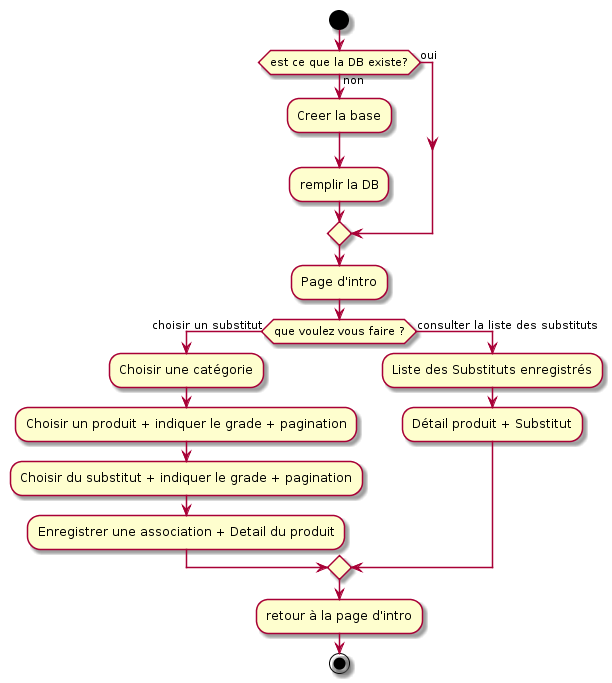
The PlantUML diagram doc/img/03_activity.png in Zepmanbc/oc_dapython_pr5, before a commit. The source it was exported from:
```plantuml
@startuml 03_activity

start
if (est ce que la DB existe?) then(non)
    :Creer la base;
    :remplir la DB;
else (oui)
endif
:Page d'intro;
if (que voulez vous faire ?) then (choisir un substitut)
    :Choisir une catégorie;
    :Choisir un produit + indiquer le grade + pagination;
    :Choisir du substitut + indiquer le grade + pagination;
    :Enregistrer une association + Detail du produit;
else (consulter la liste des substituts)
    :Liste des Substituts enregistrés;
    :Détail produit + Substitut;
endif
:retour à la page d'intro;
stop

@enduml
```
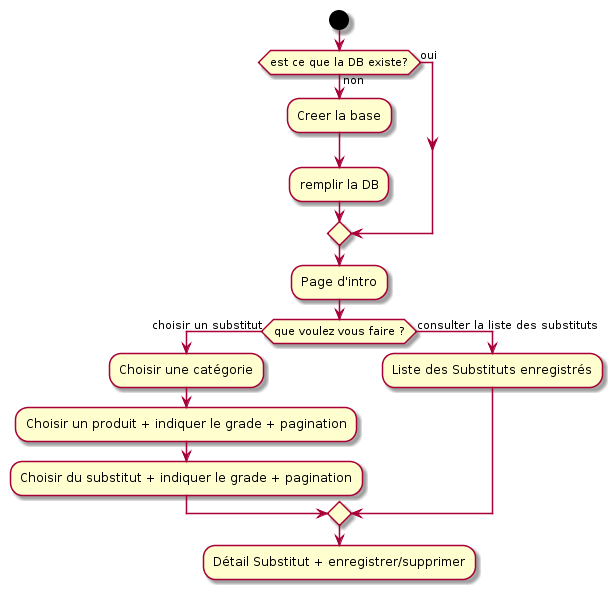
After the commit.

Commit message:
update activity and class diagram

Change to the diagram source:
```diff
@@ -11,12 +11,9 @@
     :Choisir une catégorie;
     :Choisir un produit + indiquer le grade + pagination;
     :Choisir du substitut + indiquer le grade + pagination;
-    :Enregistrer une association + Detail du produit;
 else (consulter la liste des substituts)
     :Liste des Substituts enregistrés;
-    :Détail produit + Substitut;
 endif
-:retour à la page d'intro;
-stop
+:Détail Substitut + enregistrer/supprimer;
 
 @enduml
```
